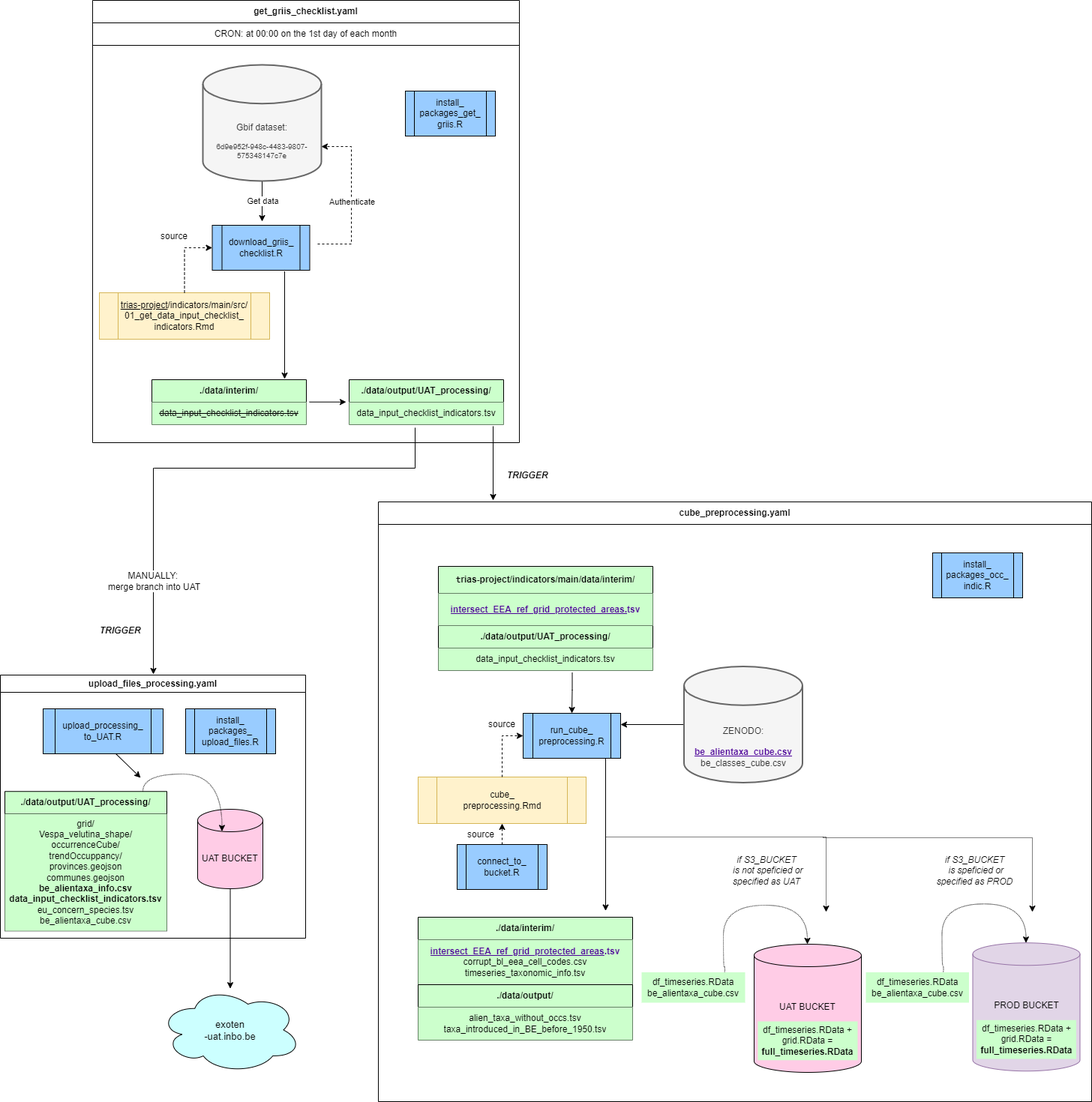
inbo/aspbo keeps this draw.io diagram as docs/aspbo_flows-get_griis_checklist_upload_indicators_preprocessing.drawio.png. Above is the earlier version. Source tidied: cells renumbered, new cells last; positions are measured from the earlier drawing's top-left corner, leaving out a move shared by most shapes.
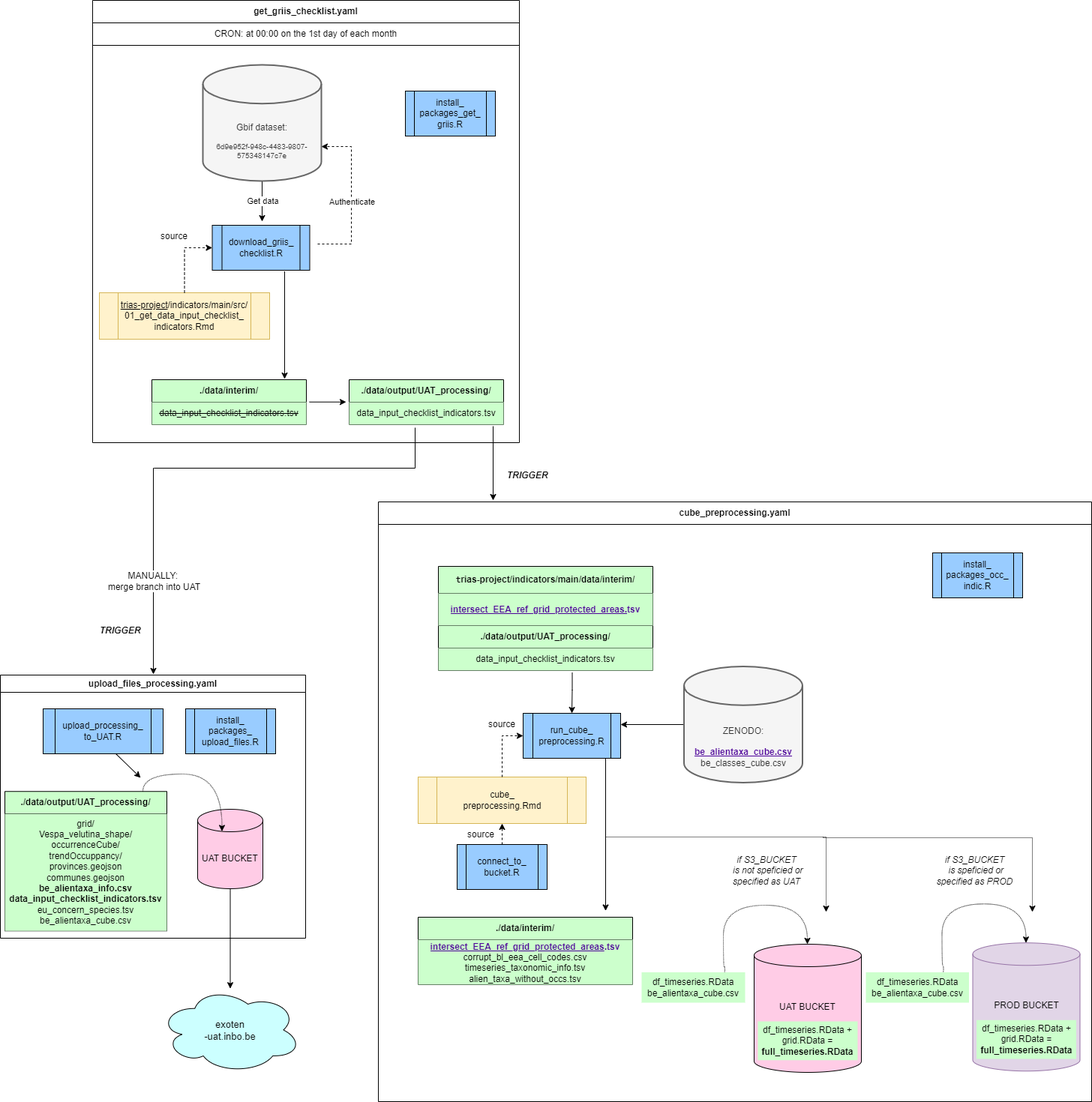
The same diagram one commit later.

What changed in the source:
```diff
@@ -164,7 +164,7 @@
     <mxCell id="41" value="&lt;b&gt;./data/interim/&lt;/b&gt;" style="swimlane;fontStyle=0;horizontal=1;startSize=30;whiteSpace=wrap;html=1;fillColor=#CCFFCC;" parent="32" vertex="1">
       <mxGeometry x="53" y="554" width="286" height="90" as="geometry" />
     </mxCell>
-    <mxCell id="42" value="&lt;font color=&quot;#4c0099&quot;&gt;&lt;b&gt;&lt;u&gt;intersect_EEA_ref_grid_protected_areas&lt;/u&gt;.tsv&lt;/b&gt;&lt;/font&gt;&lt;div&gt;corrupt_bl_eea_cell_codes.csv&lt;br&gt;&lt;/div&gt;&lt;div&gt;timeseries_taxonomic_info.tsv&lt;br&gt;&lt;/div&gt;" style="text;strokeColor=none;fillColor=#CCFFCC;align=center;verticalAlign=middle;spacingLeft=4;spacingRight=4;overflow=hidden;whiteSpace=wrap;html=1;" parent="41" vertex="1">
+    <mxCell id="42" value="&lt;font color=&quot;#4c0099&quot;&gt;&lt;b&gt;&lt;u&gt;intersect_EEA_ref_grid_protected_areas&lt;/u&gt;.tsv&lt;/b&gt;&lt;/font&gt;&lt;div&gt;corrupt_bl_eea_cell_codes.csv&lt;br&gt;&lt;/div&gt;&lt;div&gt;timeseries_taxonomic_info.tsv&lt;br&gt;&lt;/div&gt;&lt;div&gt;alien_taxa_without_occs.tsv&lt;div&gt;taxa_introduced_in_BE_before_1950.tsv&lt;/div&gt;&lt;/div&gt;" style="text;strokeColor=none;fillColor=#CCFFCC;align=center;verticalAlign=middle;spacingLeft=4;spacingRight=4;overflow=hidden;whiteSpace=wrap;html=1;" parent="41" vertex="1">
       <mxGeometry y="30" width="286" height="60" as="geometry" />
     </mxCell>
     <mxCell id="43" style="endArrow=classic;html=1;rounded=0;edgeStyle=orthogonalEdgeStyle;dashed=1;dashPattern=1 1;" parent="32" edge="1">
@@ -232,12 +232,6 @@
     <mxCell id="55" value="data_input_checklist_indicators.tsv" style="text;strokeColor=none;fillColor=#CCFFCC;align=center;verticalAlign=middle;spacingLeft=4;spacingRight=4;overflow=hidden;whiteSpace=wrap;html=1;" parent="54" vertex="1">
       <mxGeometry y="30" width="286" height="30" as="geometry" />
     </mxCell>
-    <mxCell id="56" value="&lt;b&gt;./data/output/&lt;/b&gt;" style="swimlane;fontStyle=0;horizontal=1;startSize=30;whiteSpace=wrap;html=1;fillColor=#CCFFCC;" parent="32" vertex="1">
-      <mxGeometry x="53" y="644" width="286" height="74" as="geometry" />
-    </mxCell>
-    <mxCell id="57" value="alien_taxa_without_occs.tsv&lt;div&gt;taxa_introduced_in_BE_before_1950.tsv&lt;br&gt;&lt;/div&gt;" style="text;strokeColor=none;fillColor=#CCFFCC;align=center;verticalAlign=middle;spacingLeft=4;spacingRight=4;overflow=hidden;whiteSpace=wrap;html=1;" parent="56" vertex="1">
-      <mxGeometry y="30" width="286" height="44" as="geometry" />
-    </mxCell>
     <mxCell id="58" value="&lt;div style=&quot;text-align: start;&quot;&gt;&lt;b&gt;&lt;span style=&quot;background-color: initial; text-wrap: nowrap;&quot;&gt;&lt;font style=&quot;font-size: 12px;&quot; face=&quot;monospace&quot;&gt;t&lt;/font&gt;&lt;/span&gt;&lt;span style=&quot;background-color: initial;&quot;&gt;rias-project/indicators/main/&lt;/span&gt;&lt;span style=&quot;background-color: initial;&quot;&gt;data/interim/&lt;/span&gt;&lt;/b&gt;&lt;/div&gt;" style="swimlane;fontStyle=0;horizontal=1;startSize=36;whiteSpace=wrap;html=1;fillColor=#CCFFCC;" parent="32" vertex="1">
       <mxGeometry x="80" y="86" width="286" height="79" as="geometry" />
     </mxCell>
```
